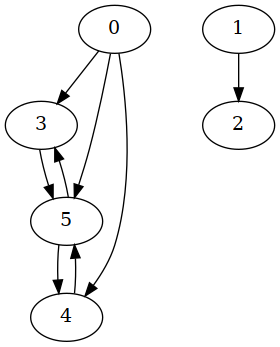
Earlier version of the Graphviz export routing_graph.png (XushengLuo92/Hierarchical-LTL). Its source is kept beside it as routing_graph.dot.
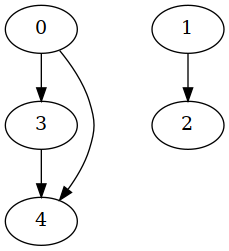
The same file after the commit.

Diff of the diagram source:
```diff
@@ -1,17 +1,12 @@
 strict digraph "" {
 	graph [type=routing_graph];
 	0	[location_type_component_task_element="['r1', 1, 1, -1]"];
-	3	[location_type_component_task_element="['p3', 1, 1, 'p100', 2]"];
-	0 -> 3	[weight=10];
-	4	[location_type_component_task_element="['p4', 1, 1, 'p200', 1]"];
-	0 -> 4	[weight=10];
-	5	[location_type_component_task_element="['p5', 1, 1, 'p300', 1]"];
-	0 -> 5	[weight=10];
+	3	[location_type_component_task_element="['p2', 1, 1, 'p100', 1]"];
+	0 -> 3	[weight=12];
+	4	[location_type_component_task_element="['p4', 1, 1, 'p100', 2]"];
+	0 -> 4	[weight=5];
 	1	[location_type_component_task_element="['r2', 2, 1, -1]"];
-	2	[location_type_component_task_element="['p2', 2, 1, 'p100', 1]"];
-	1 -> 2	[weight=10];
-	3 -> 5	[weight=10];
-	4 -> 5	[weight=10];
-	5 -> 3	[weight=10];
-	5 -> 4	[weight=10];
+	2	[location_type_component_task_element="['p1', 2, 1, 'p0', 2]"];
+	1 -> 2	[weight=9];
+	3 -> 4	[weight=9];
 }
```
